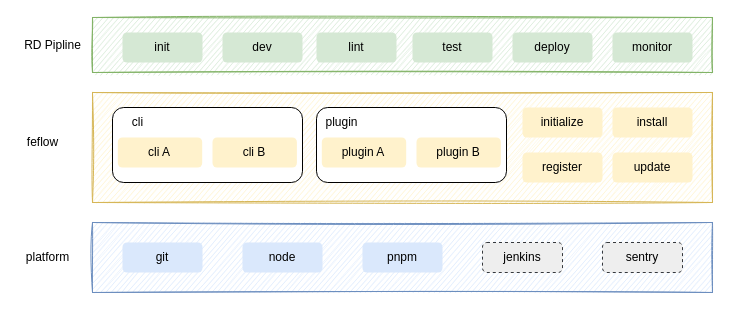
Earlier version of the draw.io diagram Untitled Diagram.drawio (1587319019/diagrams). Source tidied: cells renumbered, new cells numbered last; positions are measured from the earlier drawing's top-left corner, leaving out a move shared by most shapes. Both pictures are drawn from the tidied source at 100%, with x=0, y=0 at pixel (17, 17).
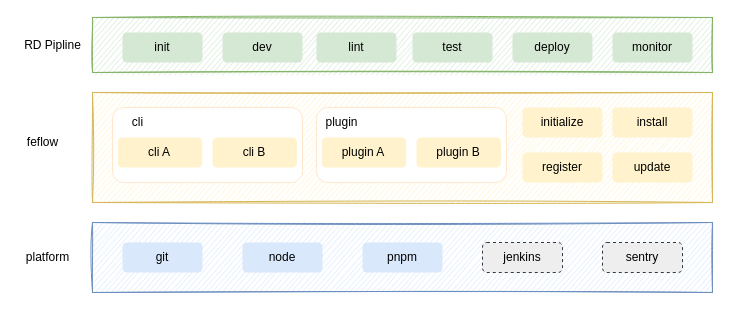
After the change.

Commit message:
更新feflow上下游依赖.drawio

Change to the diagram source:
```diff
@@
-    <mxCell id="16" style="rounded=1;whiteSpace=wrap;html=1;" parent="1" vertex="1">
+    <mxCell id="16" style="rounded=1;whiteSpace=wrap;html=1;strokeColor=#FFE6CC;" parent="1" vertex="1">
       <mxGeometry x="95" y="90" width="190" height="75" as="geometry" />
     </mxCell>
@@
-    <mxCell id="20" style="rounded=1;whiteSpace=wrap;html=1;" parent="1" vertex="1">
+    <mxCell id="20" style="rounded=1;whiteSpace=wrap;html=1;strokeColor=#FFE6CC;" parent="1" vertex="1">
       <mxGeometry x="299" y="90" width="190" height="75" as="geometry" />
     </mxCell>
```
